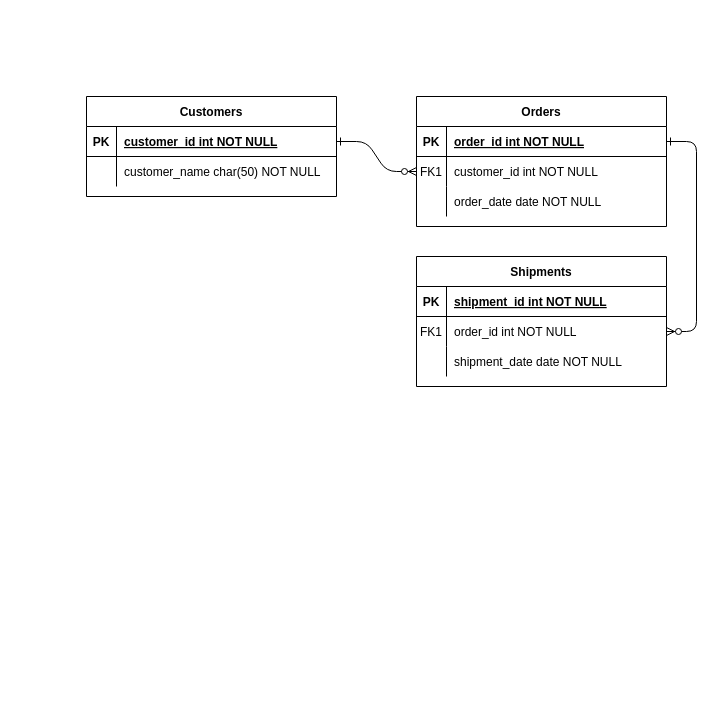
This is Untitled Diagram.drawio from Batrissyyiaa/Batrissyyiaa, a draw.io file, before an edit. Source tidied: cells renumbered, new cells numbered last; positions are measured from the earlier drawing's top-left corner, leaving out a move shared by most shapes. Both pictures are drawn from the tidied source at 100%, with x=0, y=0 at pixel (86, 96).
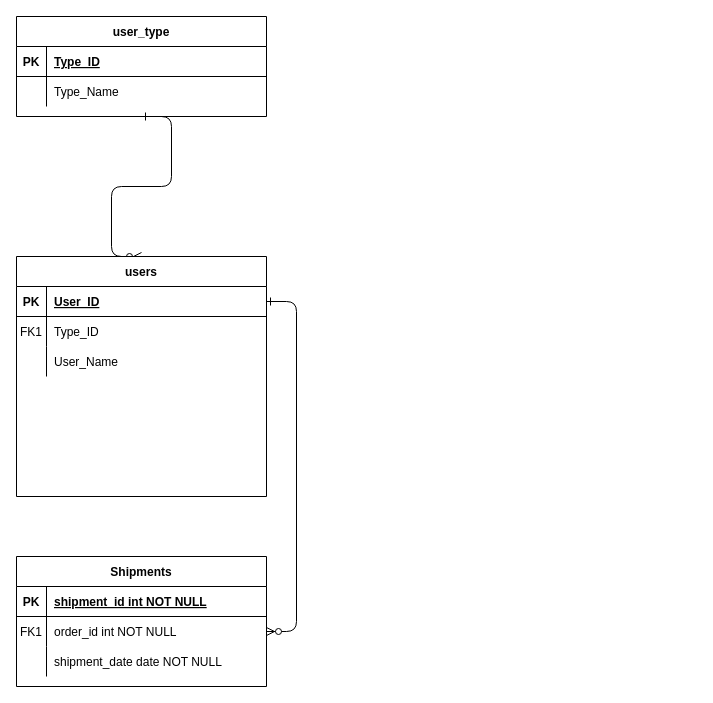
After the change.

The change refers to these unchanged cells:
```xml
<mxCell id="5" style="shape=partialRectangle;fillColor=none;points=[[0,0.5],[1,0.5]];portConstraint=eastwest;top=0;left=0;right=0;bottom=1;" parent="4" vertex="1">
  <mxGeometry y="30" width="250" height="30" as="geometry" />
</mxCell>
<mxCell id="8" style="shape=partialRectangle;fillColor=none;points=[[0,0.5],[1,0.5]];portConstraint=eastwest;top=0;left=0;right=0;bottom=0;" parent="4" vertex="1">
  <mxGeometry y="60" width="250" height="30" as="geometry" />
</mxCell>
<mxCell id="11" style="shape=partialRectangle;fillColor=none;top=0;left=0;right=0;bottom=0;" parent="4" vertex="1">
  <mxGeometry y="90" width="250" height="30" as="geometry" />
</mxCell>
<mxCell id="25" style="shape=partialRectangle;fillColor=none;points=[[0,0.5],[1,0.5]];portConstraint=eastwest;top=0;left=0;right=0;bottom=1;" parent="24" vertex="1">
  <mxGeometry y="30" width="250" height="30" as="geometry" />
</mxCell>
<mxCell id="28" style="shape=partialRectangle;fillColor=none;top=0;left=0;right=0;bottom=0;" parent="24" vertex="1">
  <mxGeometry y="60" width="250" height="30" as="geometry" />
</mxCell>
```

Diff of the diagram source:
```diff
@@
-    <mxCell id="2" style="edgeStyle=entityRelationEdgeStyle;endArrow=ERzeroToMany;startArrow=ERone;endFill=1;startFill=0;" parent="1" edge="1" source="25" target="8">
-      <mxGeometry relative="1" as="geometry" />
+    <mxCell id="2" style="edgeStyle=entityRelationEdgeStyle;endArrow=ERzeroToMany;startArrow=ERone;endFill=1;startFill=0;entryX=0.5;entryY=0;entryDx=0;entryDy=0;exitX=0.5;exitY=1;exitDx=0;exitDy=0;" parent="1" edge="1" source="24" target="4">
+      <mxGeometry relative="1" as="geometry">
+        <Array as="points">
+          <mxPoint x="130" y="130" />
+          <mxPoint x="120" y="125" />
+          <mxPoint x="150" y="120" />
+          <mxPoint x="40" y="100" />
+          <mxPoint x="120" y="130" />
+        </Array>
+      </mxGeometry>
     </mxCell>
@@
-    <mxCell id="4" value="Orders" style="shape=table;startSize=30;childLayout=tableLayout;rowLines=0;fontStyle=1;align=center;" parent="1" vertex="1">
-      <mxGeometry x="330" width="250" height="130" as="geometry" />
+    <mxCell id="4" value="users" style="shape=table;startSize=30;childLayout=tableLayout;rowLines=0;fontStyle=1;align=center;" parent="1" vertex="1">
+      <mxGeometry x="-70" y="160" width="250" height="240" as="geometry" />
     </mxCell>
@@
-    <mxCell id="7" value="order_id int NOT NULL " style="shape=partialRectangle;overflow=hidden;fillColor=none;top=0;left=0;bottom=0;right=0;align=left;spacingLeft=6;fontStyle=5;" parent="5" vertex="1">
+    <mxCell id="7" value="User_ID " style="shape=partialRectangle;overflow=hidden;fillColor=none;top=0;left=0;bottom=0;right=0;align=left;spacingLeft=6;fontStyle=5;" parent="5" vertex="1">
       <mxGeometry x="30" width="220" height="30" as="geometry" />
     </mxCell>
@@
-    <mxCell id="10" value="customer_id int NOT NULL" style="shape=partialRectangle;overflow=hidden;fillColor=none;top=0;left=0;bottom=0;right=0;align=left;spacingLeft=6;" parent="8" vertex="1">
+    <mxCell id="10" value="Type_ID" style="shape=partialRectangle;overflow=hidden;fillColor=none;top=0;left=0;bottom=0;right=0;align=left;spacingLeft=6;" parent="8" vertex="1">
       <mxGeometry x="30" width="220" height="30" as="geometry" />
     </mxCell>
@@
-    <mxCell id="13" value="order_date date NOT NULL" style="shape=partialRectangle;overflow=hidden;fillColor=none;top=0;left=0;bottom=0;right=0;align=left;spacingLeft=6;" parent="11" vertex="1">
+    <mxCell id="13" value="User_Name" style="shape=partialRectangle;overflow=hidden;fillColor=none;top=0;left=0;bottom=0;right=0;align=left;spacingLeft=6;" parent="11" vertex="1">
       <mxGeometry x="30" width="220" height="30" as="geometry" />
     </mxCell>
     <mxCell id="14" value="Shipments" style="shape=table;startSize=30;childLayout=tableLayout;rowLines=0;fontStyle=1;align=center;" parent="1" vertex="1">
-      <mxGeometry x="330" y="160" width="250" height="130" as="geometry" />
+      <mxGeometry x="-70" y="460" width="250" height="130" as="geometry" />
     </mxCell>
@@
-    <mxCell id="24" value="Customers" style="shape=table;startSize=30;childLayout=tableLayout;rowLines=0;fontStyle=1;align=center;" parent="1" vertex="1">
-      <mxGeometry width="250" height="100" as="geometry" />
+    <mxCell id="24" value="user_type" style="shape=table;startSize=30;childLayout=tableLayout;rowLines=0;fontStyle=1;align=center;" parent="1" vertex="1">
+      <mxGeometry x="-70" y="-80" width="250" height="100" as="geometry" />
     </mxCell>
@@
-    <mxCell id="27" value="customer_id int NOT NULL " style="shape=partialRectangle;overflow=hidden;fillColor=none;top=0;left=0;bottom=0;right=0;align=left;spacingLeft=6;fontStyle=5;" parent="25" vertex="1">
+    <mxCell id="27" value="Type_ID" style="shape=partialRectangle;overflow=hidden;fillColor=none;top=0;left=0;bottom=0;right=0;align=left;spacingLeft=6;fontStyle=5;" parent="25" vertex="1">
       <mxGeometry x="30" width="220" height="30" as="geometry" />
     </mxCell>
@@
-    <mxCell id="30" value="customer_name char(50) NOT NULL" style="shape=partialRectangle;overflow=hidden;fillColor=none;top=0;left=0;bottom=0;right=0;align=left;spacingLeft=6;" parent="28" vertex="1">
+    <mxCell id="30" value="Type_Name" style="shape=partialRectangle;overflow=hidden;fillColor=none;top=0;left=0;bottom=0;right=0;align=left;spacingLeft=6;" parent="28" vertex="1">
       <mxGeometry x="30" width="220" height="30" as="geometry" />
     </mxCell>
```
